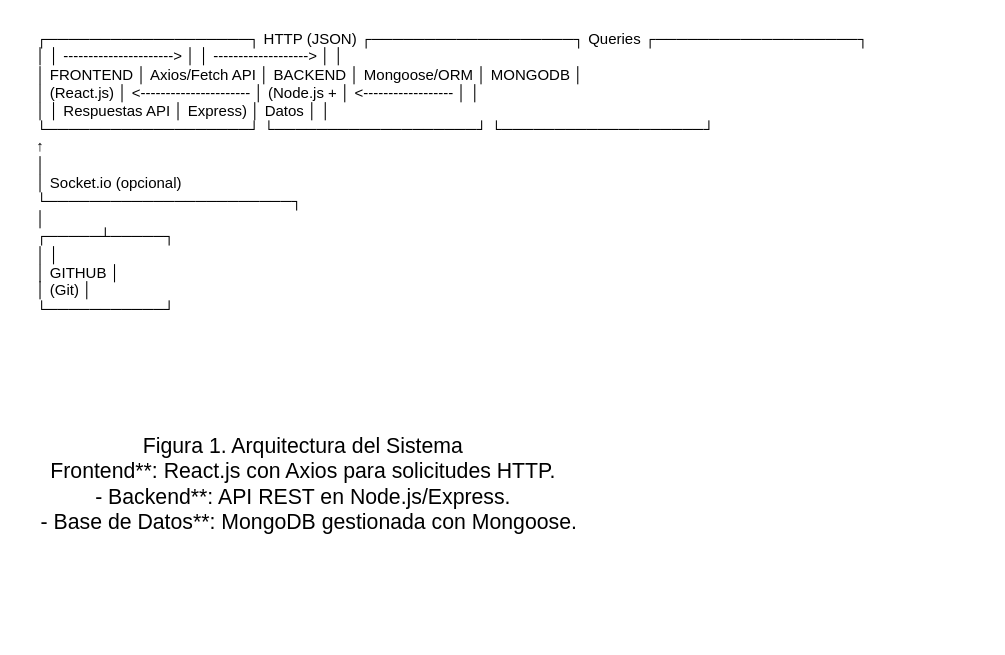
Geragdl/Fase1FS keeps this draw.io diagram as VisualFase1.drawio. Above is the earlier version. Source tidied: cells renumbered, new cells numbered last; positions are measured from the earlier drawing's top-left corner, leaving out a move shared by most shapes. Both pictures are drawn from the tidied source at 125%, with x=0, y=0 at pixel (21, 21).
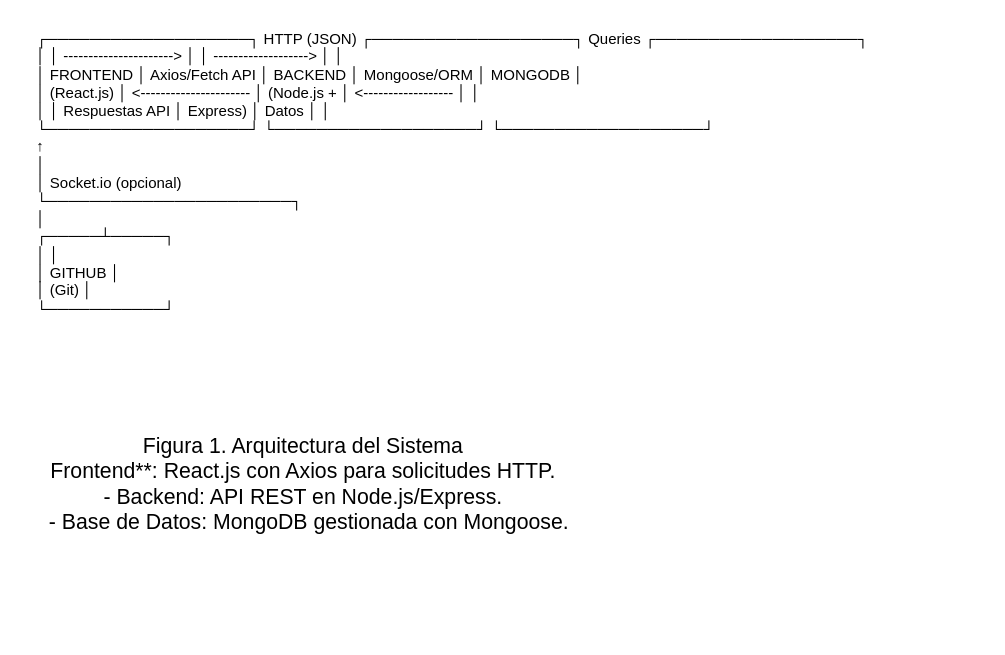
The same page after the edit.

Diff of the diagram source:
```diff
@@
 <mxGraphModel>
   <root>
     <mxCell id="0" />
     <mxCell id="1" parent="0" />
     <mxCell id="2" value="&#10;  &#10;    &#10;      &#10;        &#10;        &#10;        &#10;        &#10;        &#10;          &#10;        &#10;        &#10;        &#10;        &#10;          &#10;        &#10;        &#10;        &#10;        &#10;          &#10;        &#10;        &#10;        &#10;        &#10;        &#10;      &#10;    &#10;  &#10;" style="text;whiteSpace=wrap;html=1;" parent="1" vertex="1">
       <mxGeometry x="640" y="40" width="30" height="430" as="geometry" />
     </mxCell>
     <mxCell id="3" value="┌───────────────────┐       HTTP (JSON)       ┌───────────────────┐       Queries        ┌───────────────────┐&#10;│                   │ ----------------------&amp;gt; │                   │ -------------------&amp;gt; │                   │&#10;│    FRONTEND       │    Axios/Fetch API      │     BACKEND       │    Mongoose/ORM     │    MONGODB        │&#10;│   (React.js)      │ &amp;lt;---------------------- │  (Node.js +       │ &amp;lt;------------------ │                   │&#10;│                   │    Respuestas API       │    Express)       │    Datos            │                   │&#10;└───────────────────┘                        └───────────────────┘                     └───────────────────┘&#10;       ↑                                                                                     &#10;       │                                                                                     &#10;       │  Socket.io (opcional)                                                               &#10;       └───────────────────────┐                                                             &#10;                               │                                                             &#10;                         ┌─────┴─────┐                                                      &#10;                         │           │                                                      &#10;                         │  GITHUB   │                                                      &#10;                         │  (Git)    │                                                      &#10;                         └───────────┘" style="text;whiteSpace=wrap;html=1;" parent="1" vertex="1">
       <mxGeometry x="10" width="760" height="310" as="geometry" />
     </mxCell>
-    <mxCell id="4" value="Figura 1. Arquitectura del Sistema&amp;nbsp;&amp;nbsp;&lt;br&gt;Frontend**: React.js con Axios para solicitudes HTTP.&amp;nbsp;&amp;nbsp;&lt;br&gt;- Backend**: API REST en Node.js/Express.&amp;nbsp;&amp;nbsp;&lt;br&gt;- Base de Datos**: MongoDB gestionada con Mongoose." style="text;strokeColor=none;align=center;fillColor=none;html=1;verticalAlign=middle;whiteSpace=wrap;rounded=0;fontSize=17;" parent="1" vertex="1">
+    <mxCell id="4" value="Figura 1. Arquitectura del Sistema&amp;nbsp;&amp;nbsp;&lt;br&gt;Frontend**: React.js con Axios para solicitudes HTTP.&amp;nbsp;&amp;nbsp;&lt;br&gt;- Backend: API REST en Node.js/Express.&amp;nbsp;&amp;nbsp;&lt;br&gt;- Base de Datos: MongoDB gestionada con Mongoose." style="text;strokeColor=none;align=center;fillColor=none;html=1;verticalAlign=middle;whiteSpace=wrap;rounded=0;fontSize=17;" parent="1" vertex="1">
       <mxGeometry y="250" width="460" height="240" as="geometry" />
     </mxCell>
   </root>
 </mxGraphModel>
```
